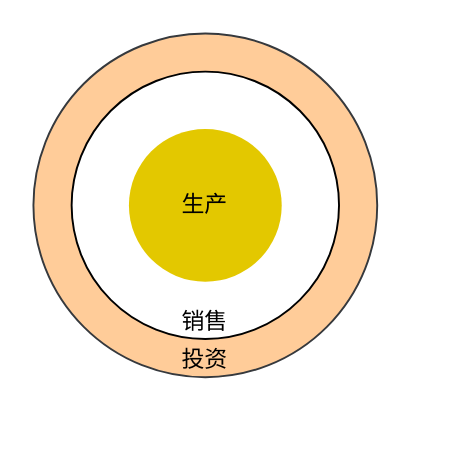
Earlier version of the draw.io diagram 熟鸡蛋财富结构.drawio (yanhanfrontend/draw.io.workspace). Source tidied: cells renumbered, new cells numbered last; positions are measured from the earlier drawing's top-left corner, leaving out a move shared by most shapes. Both pictures are drawn from the tidied source at 191%, with x=0, y=0 at pixel (32, 32).
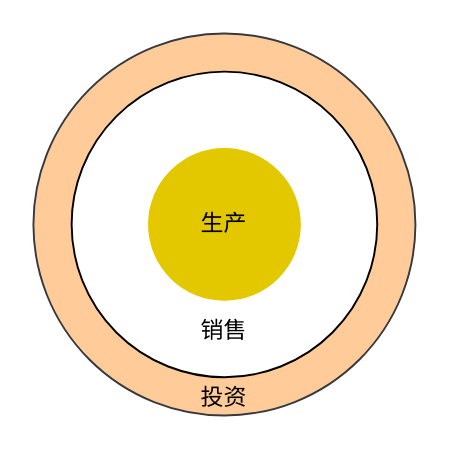
The same page after the edit.

Commit message (it also covers changes not shown here):
更新熟鸡蛋财富结构.drawio

What changed in the source:
```diff
@@
 <mxGraphModel>
   <root>
     <mxCell id="0" />
     <mxCell id="1" parent="0" />
     <mxCell id="2" value="投资" style="ellipse;whiteSpace=wrap;html=1;fillColor=#ffcc99;strokeColor=#36393d;verticalAlign=bottom;" parent="1" vertex="1">
-      <mxGeometry width="180" height="180" as="geometry" />
+      <mxGeometry width="200" height="200" as="geometry" />
     </mxCell>
-    <mxCell id="3" value="销售" style="ellipse;whiteSpace=wrap;html=1;strokeColor=default;verticalAlign=bottom;" parent="1" vertex="1">
-      <mxGeometry x="20" y="20" width="140" height="140" as="geometry" />
+    <mxCell id="3" value="销售&lt;div&gt;&lt;br&gt;&lt;/div&gt;" style="ellipse;whiteSpace=wrap;html=1;strokeColor=default;verticalAlign=bottom;" parent="1" vertex="1">
+      <mxGeometry x="20" y="20" width="160" height="160" as="geometry" />
     </mxCell>
     <mxCell id="4" value="生产" style="ellipse;whiteSpace=wrap;html=1;fillColor=#e3c800;strokeColor=none;gradientDirection=radial;fontColor=#000000;" parent="1" vertex="1">
-      <mxGeometry x="50" y="50" width="80" height="80" as="geometry" />
+      <mxGeometry x="60" y="60" width="80" height="80" as="geometry" />
     </mxCell>
   </root>
 </mxGraphModel>
```
